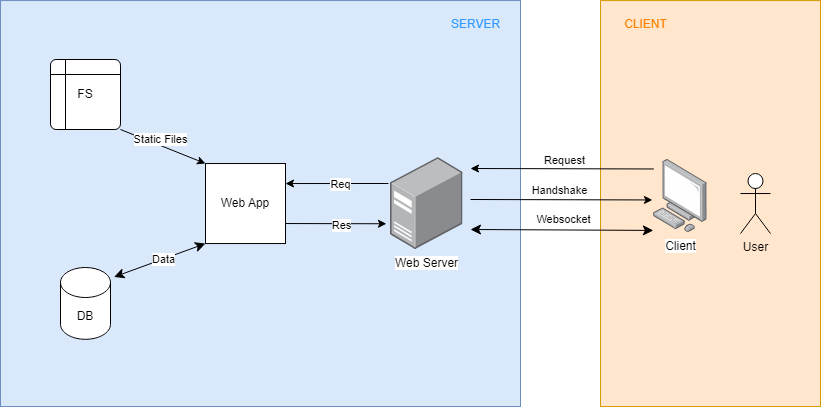
The draw.io diagram assets/images/documentazione/ipotesi_infrastruttura.png in Emaiarkeiou/Poker, before a commit. Source tidied: cells renumbered, new cells last; positions are measured from the earlier drawing's top-left corner, leaving out a move shared by most shapes.
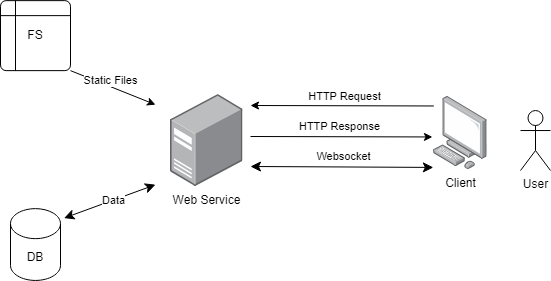
After the commit.

The edit, as a diff of the source:
```diff
@@ -2,13 +2,7 @@
   <root>
     <mxCell id="0" />
     <mxCell id="1" parent="0" />
-    <mxCell id="2" style="rounded=0;whiteSpace=wrap;html=1;fillColor=#ffe6cc;strokeColor=#d79b00;" parent="1" vertex="1">
-      <mxGeometry x="600" y="0.1" width="220" height="406" as="geometry" />
-    </mxCell>
-    <mxCell id="3" style="rounded=0;whiteSpace=wrap;html=1;fillColor=#dae8fc;strokeColor=#6c8ebf;" parent="1" vertex="1">
-      <mxGeometry y="0.1" width="520" height="406" as="geometry" />
-    </mxCell>
-    <mxCell id="4" value="Web Server" style="image;points=[];html=1;align=center;shadow=0;dashed=0;image=img/lib/allied_telesis/computer_and_terminals/Server_Desktop.svg;" parent="1" vertex="1">
+    <mxCell id="4" value="Web Service" style="image;points=[];html=1;align=center;shadow=0;dashed=0;image=img/lib/allied_telesis/computer_and_terminals/Server_Desktop.svg;" parent="1" vertex="1">
       <mxGeometry x="390" y="157.1" width="72.5" height="91.9" as="geometry" />
     </mxCell>
     <mxCell id="5" value="Client" style="image;points=[];html=1;align=center;shadow=0;dashed=0;image=img/lib/allied_telesis/computer_and_terminals/Personal_Computer.svg;" parent="1" vertex="1">
@@ -19,7 +13,7 @@
         <mxPoint x="470" y="168" as="targetPoint" />
       </mxGeometry>
     </mxCell>
-    <mxCell id="7" value="Request" style="edgeLabel;html=1;align=center;verticalAlign=middle;" parent="6" vertex="1">
+    <mxCell id="7" value="HTTP Request" style="edgeLabel;html=1;align=center;verticalAlign=middle;" parent="6" vertex="1">
       <mxGeometry x="-0.16" y="2" relative="1" as="geometry">
         <mxPoint x="-13" y="-11" as="offset" />
       </mxGeometry>
@@ -29,7 +23,7 @@
         <mxPoint x="470" y="199" as="sourcePoint" />
       </mxGeometry>
     </mxCell>
-    <mxCell id="9" value="Handshake" style="edgeLabel;html=1;align=center;verticalAlign=middle;" parent="8" vertex="1">
+    <mxCell id="9" value="HTTP Response" style="edgeLabel;html=1;align=center;verticalAlign=middle;" parent="8" vertex="1">
       <mxGeometry x="-0.16" y="2" relative="1" as="geometry">
         <mxPoint x="12" y="-8" as="offset" />
       </mxGeometry>
@@ -44,41 +38,26 @@
         <mxPoint x="-9" y="-12" as="offset" />
       </mxGeometry>
     </mxCell>
-    <mxCell id="12" value="Web App" style="whiteSpace=wrap;html=1;" parent="1" vertex="1">
-      <mxGeometry x="205" y="163" width="80" height="80" as="geometry" />
-    </mxCell>
     <mxCell id="13" value="FS" style="shape=internalStorage;whiteSpace=wrap;html=1;dx=15;dy=15;rounded=1;arcSize=8;strokeWidth=1;" parent="1" vertex="1">
-      <mxGeometry x="50" y="59" width="70" height="70" as="geometry" />
+      <mxGeometry x="220" y="63.1" width="70" height="70" as="geometry" />
     </mxCell>
     <mxCell id="14" value="DB" style="shape=cylinder3;whiteSpace=wrap;html=1;boundedLbl=1;backgroundOutline=1;size=15;" parent="1" vertex="1">
-      <mxGeometry x="60" y="267" width="50" height="71.8" as="geometry" />
+      <mxGeometry x="230" y="271.1" width="50" height="71.8" as="geometry" />
     </mxCell>
-    <mxCell id="15" style="edgeStyle=none;jettySize=auto;html=1;rounded=0;exitX=-0.028;exitY=0.282;exitDx=0;exitDy=0;exitPerimeter=0;entryX=1;entryY=0.25;entryDx=0;entryDy=0;" parent="1" edge="1" source="4" target="12">
-      <mxGeometry relative="1" as="geometry" />
-    </mxCell>
-    <mxCell id="16" value="Req" style="edgeLabel;html=1;align=center;verticalAlign=middle;" parent="15" vertex="1">
-      <mxGeometry x="-0.31" y="1" relative="1" as="geometry">
-        <mxPoint x="-13" as="offset" />
-      </mxGeometry>
-    </mxCell>
-    <mxCell id="17" style="edgeStyle=none;jettySize=auto;html=1;rounded=0;exitX=1;exitY=0.75;exitDx=0;exitDy=0;entryX=-0.056;entryY=0.72;entryDx=0;entryDy=0;entryPerimeter=0;" parent="1" edge="1" source="12" target="4">
-      <mxGeometry relative="1" as="geometry" />
-    </mxCell>
-    <mxCell id="18" value="Res" style="edgeLabel;html=1;align=center;verticalAlign=middle;" parent="17" vertex="1">
-      <mxGeometry x="0.17" y="-1" relative="1" as="geometry">
-        <mxPoint x="-4" as="offset" />
-      </mxGeometry>
-    </mxCell>
-    <mxCell id="19" style="edgeStyle=none;jettySize=auto;html=1;rounded=0;exitX=1;exitY=1;exitDx=0;exitDy=0;entryX=0;entryY=0;entryDx=0;entryDy=0;" parent="1" edge="1" source="13" target="12">
-      <mxGeometry relative="1" as="geometry" />
+    <mxCell id="19" style="edgeStyle=none;jettySize=auto;html=1;rounded=0;exitX=1;exitY=1;exitDx=0;exitDy=0;entryX=0;entryY=0;entryDx=0;entryDy=0;" parent="1" edge="1" source="13">
+      <mxGeometry relative="1" as="geometry">
+        <mxPoint x="375" y="167.2" as="targetPoint" />
+      </mxGeometry>
     </mxCell>
     <mxCell id="20" value="Static Files" style="edgeLabel;html=1;align=center;verticalAlign=middle;" parent="19" vertex="1">
       <mxGeometry x="0.24" relative="1" as="geometry">
         <mxPoint x="-13" y="-11" as="offset" />
       </mxGeometry>
     </mxCell>
-    <mxCell id="21" style="edgeStyle=none;jettySize=auto;html=1;endArrow=classic;startArrow=classic;endSize=8;startSize=8;rounded=0;exitX=1.07;exitY=0.132;exitDx=0;exitDy=0;exitPerimeter=0;entryX=0;entryY=1;entryDx=0;entryDy=0;" parent="1" edge="1" source="14" target="12">
-      <mxGeometry relative="1" as="geometry" />
+    <mxCell id="21" style="edgeStyle=none;jettySize=auto;html=1;endArrow=classic;startArrow=classic;endSize=8;startSize=8;rounded=0;exitX=1.07;exitY=0.132;exitDx=0;exitDy=0;exitPerimeter=0;entryX=0;entryY=1;entryDx=0;entryDy=0;" parent="1" edge="1" source="14">
+      <mxGeometry relative="1" as="geometry">
+        <mxPoint x="375" y="247.2" as="targetPoint" />
+      </mxGeometry>
     </mxCell>
     <mxCell id="22" value="Data" style="edgeLabel;html=1;align=center;verticalAlign=middle;" parent="21" vertex="1">
       <mxGeometry x="0.08" relative="1" as="geometry" />
@@ -86,11 +65,5 @@
     <mxCell id="23" value="User" style="shape=umlActor;verticalLabelPosition=bottom;verticalAlign=top;html=1;" parent="1" vertex="1">
       <mxGeometry x="740" y="173" width="30" height="60" as="geometry" />
     </mxCell>
-    <mxCell id="24" value="&lt;font color=&quot;#ff8000&quot;&gt;CLIENT&lt;/font&gt;" style="text;html=1;align=center;verticalAlign=middle;strokeColor=none;fillColor=none;" parent="1" vertex="1">
-      <mxGeometry x="610" y="9" width="70" height="30" as="geometry" />
-    </mxCell>
-    <mxCell id="25" value="&lt;font color=&quot;#3399ff&quot;&gt;SERVER&lt;/font&gt;" style="text;html=1;align=center;verticalAlign=middle;strokeColor=none;fillColor=none;" parent="1" vertex="1">
-      <mxGeometry x="440" y="9" width="70" height="30" as="geometry" />
-    </mxCell>
   </root>
 </mxGraphModel>
```
